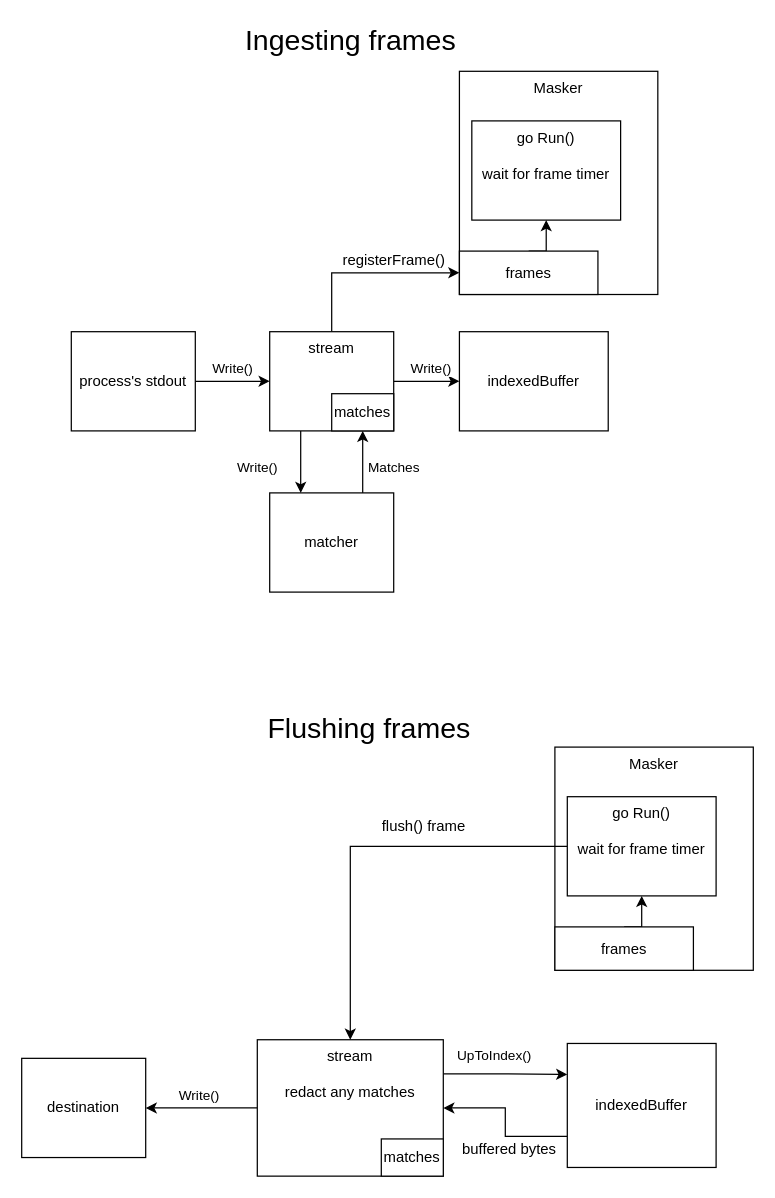
Above: internals/cli/masker/masker_diagram.drawio in secrethub/secrethub-cli (draw.io), before the change. Source tidied: cells renumbered, new cells numbered last; positions are measured from the earlier drawing's top-left corner, leaving out a move shared by most shapes. Both pictures are drawn from the tidied source at 124%, with x=0, y=0 at pixel (21, 21).
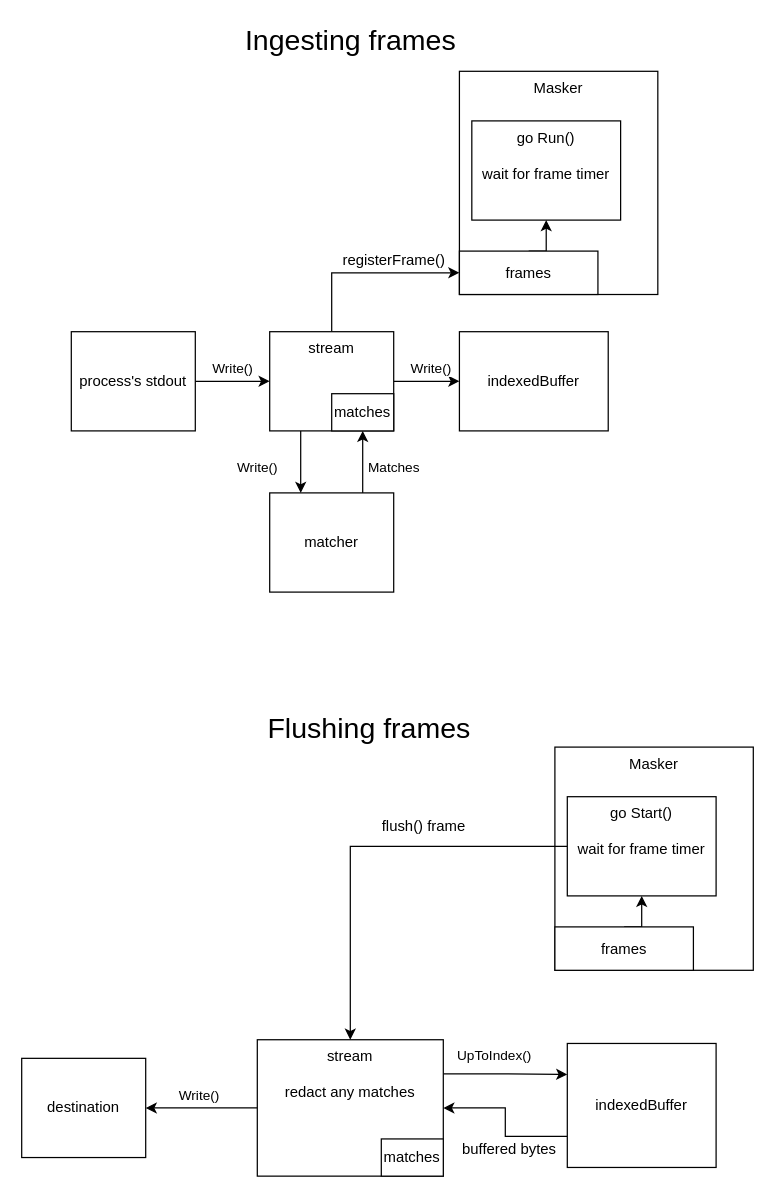
Above is the later version.

Commit message (it also covers changes not shown here):
Fix missed name update in diagram

Diff of the diagram source:
```diff
@@
-    <mxCell id="24" value="go Run()&lt;br&gt;&lt;br&gt;wait for frame timer" style="rounded=0;whiteSpace=wrap;html=1;verticalAlign=top;" parent="1" vertex="1">
+    <mxCell id="24" value="go Start()&lt;br&gt;&lt;br&gt;wait for frame timer" style="rounded=0;whiteSpace=wrap;html=1;verticalAlign=top;" parent="1" vertex="1">
       <mxGeometry x="440" y="625" width="120" height="80" as="geometry" />
     </mxCell>
```
